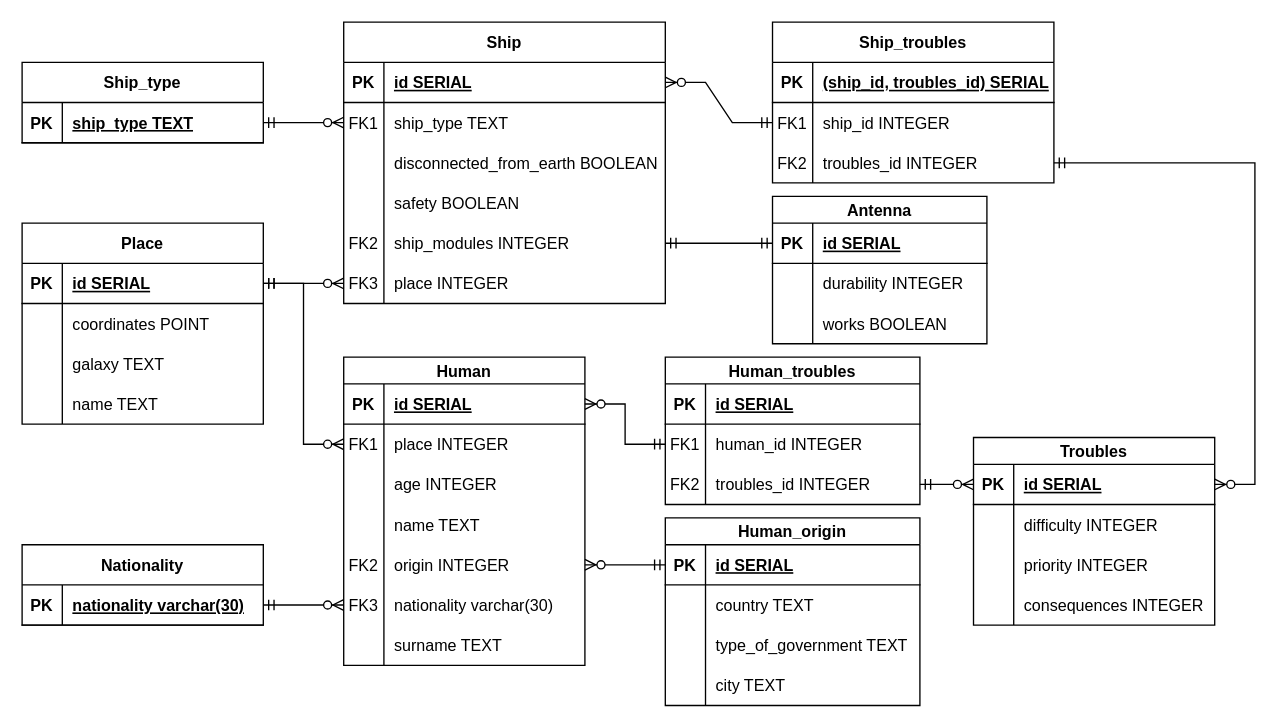
Earlier version of the draw.io diagram lab1/Datalogical_diagram.drawio (worthant/Databases-course). Source tidied: cells renumbered, new cells numbered last; positions are measured from the earlier drawing's top-left corner, leaving out a move shared by most shapes. Both pictures are drawn from the tidied source at 134%, with x=0, y=0 at pixel (21, 21).
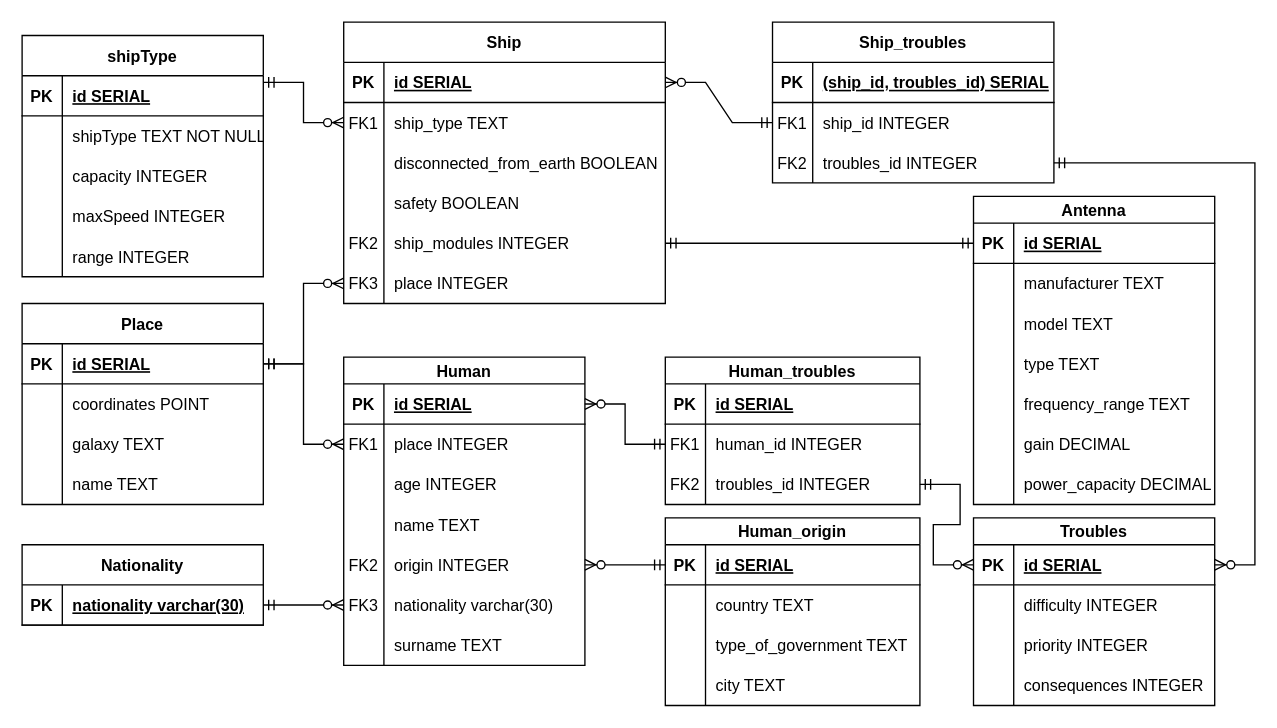
The same page after the edit.

Commit message (it also covers changes not shown here):
modified Datalogical diagram to match new characteristic models

Unchanged cells that the change refers to:
```xml
<mxCell id="23" style="shape=tableRow;horizontal=0;startSize=0;swimlaneHead=0;swimlaneBody=0;fillColor=none;points=[[0,0.5],[1,0.5]];portConstraint=eastwest;top=0;left=0;right=0;bottom=0;" parent="19" vertex="1">
  <mxGeometry y="60" width="240" height="30" as="geometry" />
</mxCell>
```

The edit, as a diff of the source:
```diff
@@
     <mxCell id="2" value="Place" style="shape=table;startSize=30;childLayout=tableLayout;rowLines=0;fontStyle=1;align=center;" parent="1" vertex="1">
-      <mxGeometry y="150" width="180" height="150" as="geometry" />
+      <mxGeometry y="210" width="180" height="150" as="geometry" />
     </mxCell>
@@
     <mxCell id="80" value="Troubles" style="shape=table;startSize=20;childLayout=tableLayout;rowLines=0;fontStyle=1;align=center;" parent="1" vertex="1">
-      <mxGeometry x="710" y="310" width="180" height="140" as="geometry" />
+      <mxGeometry x="710" y="370" width="180" height="140" as="geometry" />
     </mxCell>
@@
-    <mxCell id="93" value="Ship_type" style="shape=table;startSize=30;childLayout=tableLayout;rowLines=0;fontStyle=1;align=center;" parent="1" vertex="1">
-      <mxGeometry y="30" width="180" height="60" as="geometry" />
-    </mxCell>
-    <mxCell id="94" style="shape=tableRow;horizontal=0;startSize=0;swimlaneHead=0;swimlaneBody=0;fillColor=none;points=[[0,0.5],[1,0.5]];portConstraint=eastwest;top=0;left=0;right=0;bottom=1;" parent="93" vertex="1">
-      <mxGeometry y="30" width="180" height="30" as="geometry" />
-    </mxCell>
-    <mxCell id="95" value="PK" style="shape=partialRectangle;fillColor=none;top=0;left=0;bottom=0;right=0;fontStyle=1;overflow=hidden;" parent="94" vertex="1">
-      <mxGeometry width="30" height="30" as="geometry" />
-    </mxCell>
-    <mxCell id="96" value="ship_type TEXT" style="shape=partialRectangle;fillColor=none;top=0;left=0;bottom=0;right=0;align=left;spacingLeft=6;fontStyle=5;overflow=hidden;" parent="94" vertex="1">
-      <mxGeometry x="30" width="150" height="30" as="geometry" />
-    </mxCell>
     <mxCell id="97" value="Antenna" style="shape=table;startSize=20;childLayout=tableLayout;rowLines=0;fontStyle=1;align=center;" parent="1" vertex="1">
-      <mxGeometry x="560" y="130" width="160" height="110" as="geometry" />
+      <mxGeometry x="710" y="130" width="180" height="230" as="geometry" />
     </mxCell>
     <mxCell id="98" style="shape=tableRow;horizontal=0;startSize=0;swimlaneHead=0;swimlaneBody=0;fillColor=none;points=[[0,0.5],[1,0.5]];portConstraint=eastwest;top=0;left=0;right=0;bottom=1;" parent="97" vertex="1">
-      <mxGeometry y="20" width="160" height="30" as="geometry" />
+      <mxGeometry y="20" width="180" height="30" as="geometry" />
     </mxCell>
@@
     <mxCell id="100" value="id SERIAL" style="shape=partialRectangle;fillColor=none;top=0;left=0;bottom=0;right=0;align=left;spacingLeft=6;fontStyle=5;overflow=hidden;" parent="98" vertex="1">
-      <mxGeometry x="30" width="130" height="30" as="geometry" />
+      <mxGeometry x="30" width="150" height="30" as="geometry" />
     </mxCell>
     <mxCell id="101" style="shape=tableRow;horizontal=0;startSize=0;swimlaneHead=0;swimlaneBody=0;fillColor=none;top=0;left=0;right=0;bottom=0;" parent="97" vertex="1">
-      <mxGeometry y="50" width="160" height="30" as="geometry" />
+      <mxGeometry y="50" width="180" height="30" as="geometry" />
     </mxCell>
@@
-    <mxCell id="103" value="durability INTEGER" style="shape=partialRectangle;fillColor=none;top=0;left=0;bottom=0;right=0;align=left;spacingLeft=6;overflow=hidden;" parent="101" vertex="1">
-      <mxGeometry x="30" width="130" height="30" as="geometry" />
+    <mxCell id="103" value="manufacturer TEXT" style="shape=partialRectangle;fillColor=none;top=0;left=0;bottom=0;right=0;align=left;spacingLeft=6;overflow=hidden;" parent="101" vertex="1">
+      <mxGeometry x="30" width="150" height="30" as="geometry" />
     </mxCell>
     <mxCell id="104" style="shape=tableRow;horizontal=0;startSize=0;swimlaneHead=0;swimlaneBody=0;fillColor=none;top=0;left=0;right=0;bottom=0;" parent="97" vertex="1">
-      <mxGeometry y="80" width="160" height="30" as="geometry" />
+      <mxGeometry y="80" width="180" height="30" as="geometry" />
     </mxCell>
@@
-    <mxCell id="106" value="works BOOLEAN" style="shape=partialRectangle;fillColor=none;top=0;left=0;bottom=0;right=0;align=left;spacingLeft=6;overflow=hidden;" parent="104" vertex="1">
-      <mxGeometry x="30" width="130" height="30" as="geometry" />
+    <mxCell id="106" value="model TEXT" style="shape=partialRectangle;fillColor=none;top=0;left=0;bottom=0;right=0;align=left;spacingLeft=6;overflow=hidden;" parent="104" vertex="1">
+      <mxGeometry x="30" width="150" height="30" as="geometry" />
     </mxCell>
+    <mxCell id="130" style="shape=tableRow;horizontal=0;startSize=0;swimlaneHead=0;swimlaneBody=0;fillColor=none;top=0;left=0;right=0;bottom=0;" parent="97" vertex="1">
+      <mxGeometry y="110" width="180" height="30" as="geometry" />
+    </mxCell>
+    <mxCell id="131" style="shape=partialRectangle;fillColor=none;top=0;left=0;bottom=0;right=0;overflow=hidden;" parent="130" vertex="1">
+      <mxGeometry width="30" height="30" as="geometry" />
+    </mxCell>
+    <mxCell id="132" value="type TEXT" style="shape=partialRectangle;fillColor=none;top=0;left=0;bottom=0;right=0;align=left;spacingLeft=6;overflow=hidden;" parent="130" vertex="1">
+      <mxGeometry x="30" width="150" height="30" as="geometry" />
+    </mxCell>
+    <mxCell id="133" style="shape=tableRow;horizontal=0;startSize=0;swimlaneHead=0;swimlaneBody=0;fillColor=none;top=0;left=0;right=0;bottom=0;" parent="97" vertex="1">
+      <mxGeometry y="140" width="180" height="30" as="geometry" />
+    </mxCell>
+    <mxCell id="134" style="shape=partialRectangle;fillColor=none;top=0;left=0;bottom=0;right=0;overflow=hidden;" parent="133" vertex="1">
+      <mxGeometry width="30" height="30" as="geometry" />
+    </mxCell>
+    <mxCell id="135" value="frequency_range TEXT" style="shape=partialRectangle;fillColor=none;top=0;left=0;bottom=0;right=0;align=left;spacingLeft=6;overflow=hidden;" parent="133" vertex="1">
+      <mxGeometry x="30" width="150" height="30" as="geometry" />
+    </mxCell>
+    <mxCell id="136" style="shape=tableRow;horizontal=0;startSize=0;swimlaneHead=0;swimlaneBody=0;fillColor=none;top=0;left=0;right=0;bottom=0;" parent="97" vertex="1">
+      <mxGeometry y="170" width="180" height="30" as="geometry" />
+    </mxCell>
+    <mxCell id="137" style="shape=partialRectangle;fillColor=none;top=0;left=0;bottom=0;right=0;overflow=hidden;" parent="136" vertex="1">
+      <mxGeometry width="30" height="30" as="geometry" />
+    </mxCell>
+    <mxCell id="138" value="gain DECIMAL" style="shape=partialRectangle;fillColor=none;top=0;left=0;bottom=0;right=0;align=left;spacingLeft=6;overflow=hidden;" parent="136" vertex="1">
+      <mxGeometry x="30" width="150" height="30" as="geometry" />
+    </mxCell>
+    <mxCell id="139" style="shape=tableRow;horizontal=0;startSize=0;swimlaneHead=0;swimlaneBody=0;fillColor=none;top=0;left=0;right=0;bottom=0;" parent="97" vertex="1">
+      <mxGeometry y="200" width="180" height="30" as="geometry" />
+    </mxCell>
+    <mxCell id="140" style="shape=partialRectangle;fillColor=none;top=0;left=0;bottom=0;right=0;overflow=hidden;" parent="139" vertex="1">
+      <mxGeometry width="30" height="30" as="geometry" />
+    </mxCell>
+    <mxCell id="141" value="power_capacity DECIMAL" style="shape=partialRectangle;fillColor=none;top=0;left=0;bottom=0;right=0;align=left;spacingLeft=6;overflow=hidden;" parent="139" vertex="1">
+      <mxGeometry x="30" width="150" height="30" as="geometry" />
+    </mxCell>
@@
-    <mxCell id="108" style="edgeStyle=entityRelationEdgeStyle;fontSize=12;html=1;endArrow=ERzeroToMany;startArrow=ERmandOne;rounded=0;exitX=1;exitY=0.5;exitDx=0;exitDy=0;entryX=0;entryY=0.5;entryDx=0;entryDy=0;" parent="1" edge="1" source="94" target="23">
-      <mxGeometry relative="1" as="geometry" />
+    <mxCell id="108" style="edgeStyle=entityRelationEdgeStyle;fontSize=12;html=1;endArrow=ERzeroToMany;startArrow=ERmandOne;rounded=0;exitX=1;exitY=0.5;exitDx=0;exitDy=0;entryX=0;entryY=0.5;entryDx=0;entryDy=0;" parent="1" edge="1" target="23">
+      <mxGeometry relative="1" as="geometry">
+        <mxPoint x="180" y="45" as="sourcePoint" />
+      </mxGeometry>
     </mxCell>
@@
+    <mxCell id="142" value="shipType" style="shape=table;startSize=30;childLayout=tableLayout;rowLines=0;fontStyle=1;align=center;" parent="1" vertex="1">
+      <mxGeometry y="10" width="180" height="180" as="geometry" />
+    </mxCell>
+    <mxCell id="94" style="shape=tableRow;horizontal=0;startSize=0;swimlaneHead=0;swimlaneBody=0;fillColor=none;points=[[0,0.5],[1,0.5]];portConstraint=eastwest;top=0;left=0;right=0;bottom=1;" parent="142" vertex="1">
+      <mxGeometry y="30" width="180" height="30" as="geometry" />
+    </mxCell>
+    <mxCell id="95" value="PK" style="shape=partialRectangle;fillColor=none;top=0;left=0;bottom=0;right=0;fontStyle=1;overflow=hidden;" parent="94" vertex="1">
+      <mxGeometry width="30" height="30" as="geometry" />
+    </mxCell>
+    <mxCell id="143" value="id SERIAL" style="shape=partialRectangle;fillColor=none;top=0;left=0;bottom=0;right=0;align=left;spacingLeft=6;fontStyle=5;overflow=hidden;" parent="94" vertex="1">
+      <mxGeometry x="30" width="150" height="30" as="geometry" />
+    </mxCell>
+    <mxCell id="144" style="shape=tableRow;horizontal=0;startSize=0;swimlaneHead=0;swimlaneBody=0;fillColor=none;top=0;left=0;right=0;bottom=0;" parent="142" vertex="1">
+      <mxGeometry y="60" width="180" height="30" as="geometry" />
+    </mxCell>
+    <mxCell id="145" style="shape=partialRectangle;fillColor=none;top=0;left=0;bottom=0;right=0;overflow=hidden;" parent="144" vertex="1">
+      <mxGeometry width="30" height="30" as="geometry" />
+    </mxCell>
+    <mxCell id="146" value="shipType TEXT NOT NULL" style="shape=partialRectangle;fillColor=none;top=0;left=0;bottom=0;right=0;align=left;spacingLeft=6;overflow=hidden;" parent="144" vertex="1">
+      <mxGeometry x="30" width="150" height="30" as="geometry" />
+    </mxCell>
+    <mxCell id="147" style="shape=tableRow;horizontal=0;startSize=0;swimlaneHead=0;swimlaneBody=0;fillColor=none;top=0;left=0;right=0;bottom=0;" parent="142" vertex="1">
+      <mxGeometry y="90" width="180" height="30" as="geometry" />
+    </mxCell>
+    <mxCell id="148" style="shape=partialRectangle;fillColor=none;top=0;left=0;bottom=0;right=0;overflow=hidden;" parent="147" vertex="1">
+      <mxGeometry width="30" height="30" as="geometry" />
+    </mxCell>
+    <mxCell id="149" value="capacity INTEGER" style="shape=partialRectangle;fillColor=none;top=0;left=0;bottom=0;right=0;align=left;spacingLeft=6;overflow=hidden;" parent="147" vertex="1">
+      <mxGeometry x="30" width="150" height="30" as="geometry" />
+    </mxCell>
+    <mxCell id="150" style="shape=tableRow;horizontal=0;startSize=0;swimlaneHead=0;swimlaneBody=0;fillColor=none;top=0;left=0;right=0;bottom=0;" parent="142" vertex="1">
+      <mxGeometry y="120" width="180" height="30" as="geometry" />
+    </mxCell>
+    <mxCell id="151" style="shape=partialRectangle;fillColor=none;top=0;left=0;bottom=0;right=0;overflow=hidden;" parent="150" vertex="1">
+      <mxGeometry width="30" height="30" as="geometry" />
+    </mxCell>
+    <mxCell id="152" value="maxSpeed INTEGER" style="shape=partialRectangle;fillColor=none;top=0;left=0;bottom=0;right=0;align=left;spacingLeft=6;overflow=hidden;" parent="150" vertex="1">
+      <mxGeometry x="30" width="150" height="30" as="geometry" />
+    </mxCell>
+    <mxCell id="153" style="shape=tableRow;horizontal=0;startSize=0;swimlaneHead=0;swimlaneBody=0;fillColor=none;top=0;left=0;right=0;bottom=0;" parent="142" vertex="1">
+      <mxGeometry y="150" width="180" height="30" as="geometry" />
+    </mxCell>
+    <mxCell id="154" style="shape=partialRectangle;fillColor=none;top=0;left=0;bottom=0;right=0;overflow=hidden;" parent="153" vertex="1">
+      <mxGeometry width="30" height="30" as="geometry" />
+    </mxCell>
+    <mxCell id="155" value="range INTEGER" style="shape=partialRectangle;fillColor=none;top=0;left=0;bottom=0;right=0;align=left;spacingLeft=6;overflow=hidden;" parent="153" vertex="1">
+      <mxGeometry x="30" width="150" height="30" as="geometry" />
+    </mxCell>
```
